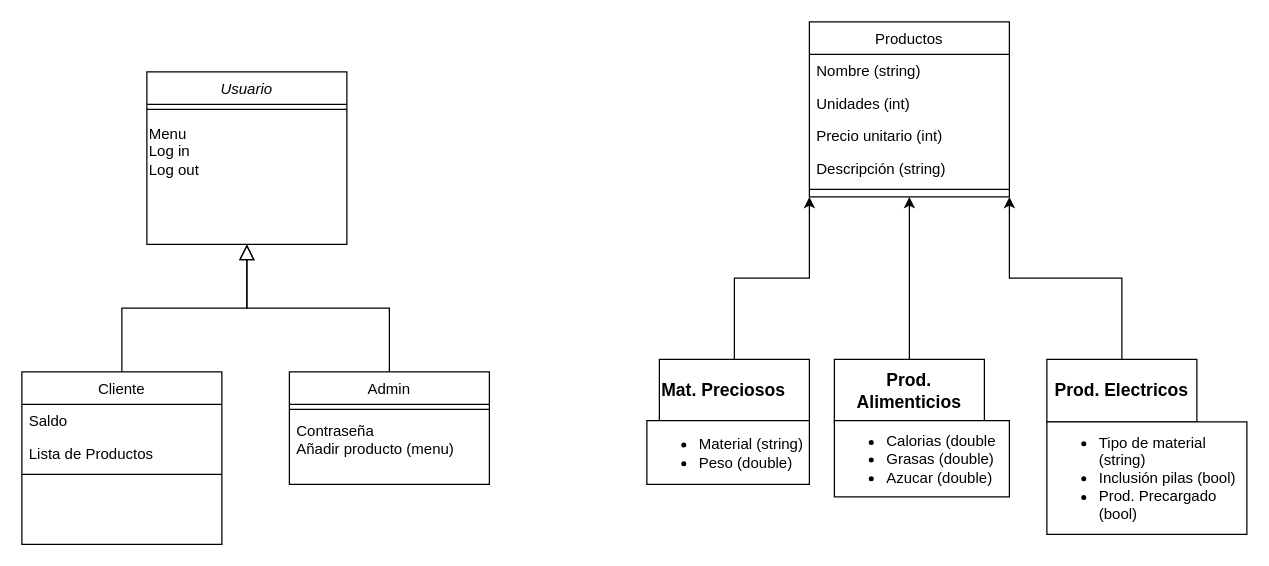
This is Diagrama sin título.drawio from DavidFdezF/MaquinaVending, a draw.io file, before an edit. Source tidied: cells renumbered, new cells numbered last; positions are measured from the earlier drawing's top-left corner, leaving out a move shared by most shapes. Both pictures are drawn from the tidied source at 125%, with x=0, y=0 at pixel (21, 21).
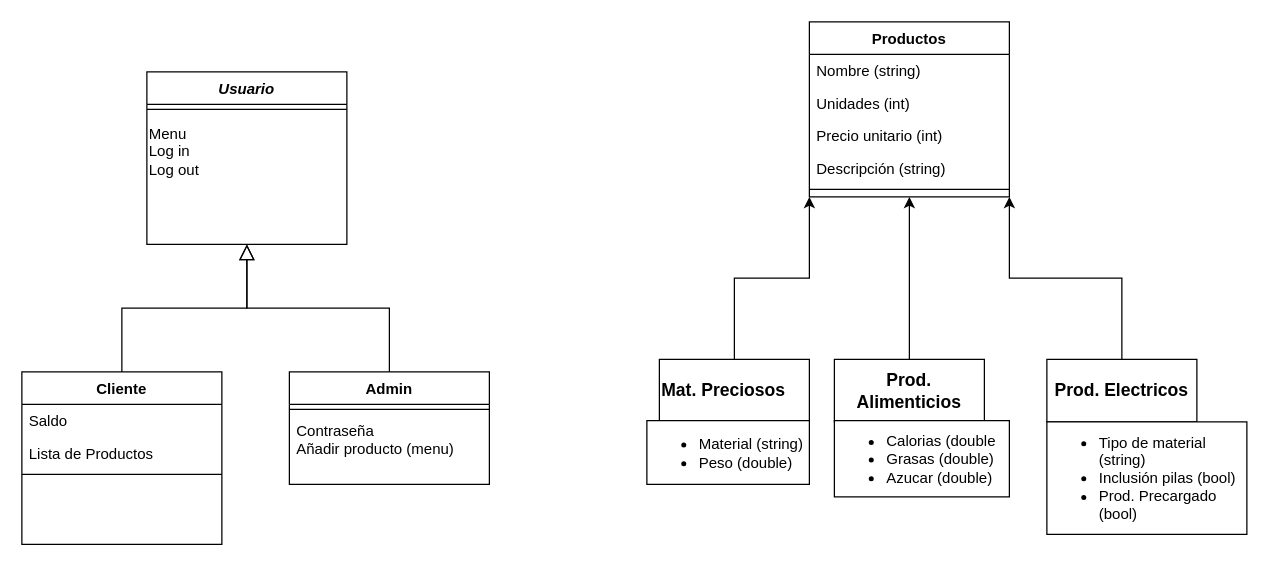
The same diagram, later.

Diff of the diagram source:
```diff
@@
-    <mxCell id="2" value="Usuario" style="swimlane;fontStyle=2;align=center;verticalAlign=top;horizontal=1;startSize=26;rounded=0;shadow=0;strokeWidth=1;" parent="1" vertex="1">
+    <mxCell id="2" value="Usuario" style="swimlane;fontStyle=3;align=center;verticalAlign=top;horizontal=1;startSize=26;rounded=0;shadow=0;strokeWidth=1;" parent="1" vertex="1">
       <mxGeometry x="100" y="40" width="160" height="138" as="geometry" />
     </mxCell>
@@
-    <mxCell id="5" value="Cliente" style="swimlane;fontStyle=0;align=center;verticalAlign=top;horizontal=1;startSize=26;rounded=0;shadow=0;strokeWidth=1;" parent="1" vertex="1">
+    <mxCell id="5" value="Cliente" style="swimlane;fontStyle=1;align=center;verticalAlign=top;horizontal=1;startSize=26;rounded=0;shadow=0;strokeWidth=1;" parent="1" vertex="1">
       <mxGeometry y="280" width="160" height="138" as="geometry" />
     </mxCell>
@@
-    <mxCell id="10" value="Admin" style="swimlane;fontStyle=0;align=center;verticalAlign=top;horizontal=1;startSize=26;rounded=0;shadow=0;strokeWidth=1;" parent="1" vertex="1">
+    <mxCell id="10" value="Admin" style="swimlane;fontStyle=1;align=center;verticalAlign=top;horizontal=1;startSize=26;rounded=0;shadow=0;strokeWidth=1;" parent="1" vertex="1">
       <mxGeometry x="214" y="280" width="160" height="90" as="geometry" />
     </mxCell>
@@
-    <mxCell id="14" value="Productos" style="swimlane;fontStyle=0;align=center;verticalAlign=top;horizontal=1;startSize=26;rounded=0;shadow=0;strokeWidth=1;" parent="1" vertex="1">
+    <mxCell id="14" value="Productos" style="swimlane;fontStyle=1;align=center;verticalAlign=top;horizontal=1;startSize=26;rounded=0;shadow=0;strokeWidth=1;" parent="1" vertex="1">
       <mxGeometry x="630" width="160" height="140" as="geometry" />
     </mxCell>
```
